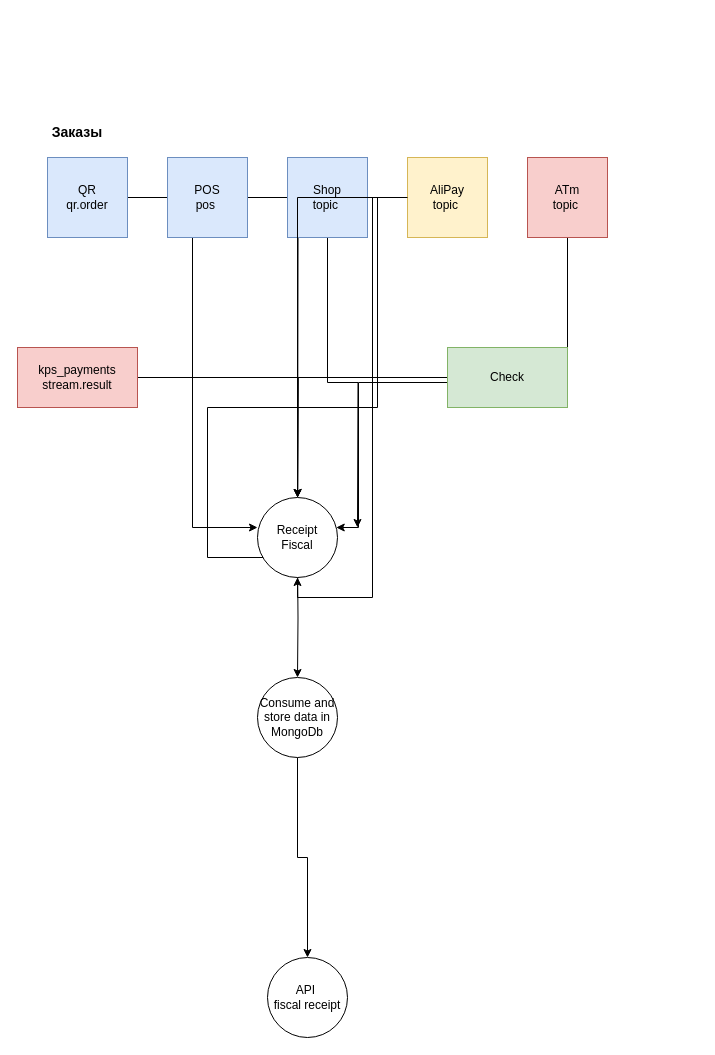
This is assets/kaspireceipt.drawio from BakdauletBolat/zhazba, a draw.io file, before an edit. Source tidied: cells renumbered, new cells numbered last; positions are measured from the earlier drawing's top-left corner, leaving out a move shared by most shapes. Both pictures are drawn from the tidied source at 100%, with x=0, y=0 at pixel (17, 117).
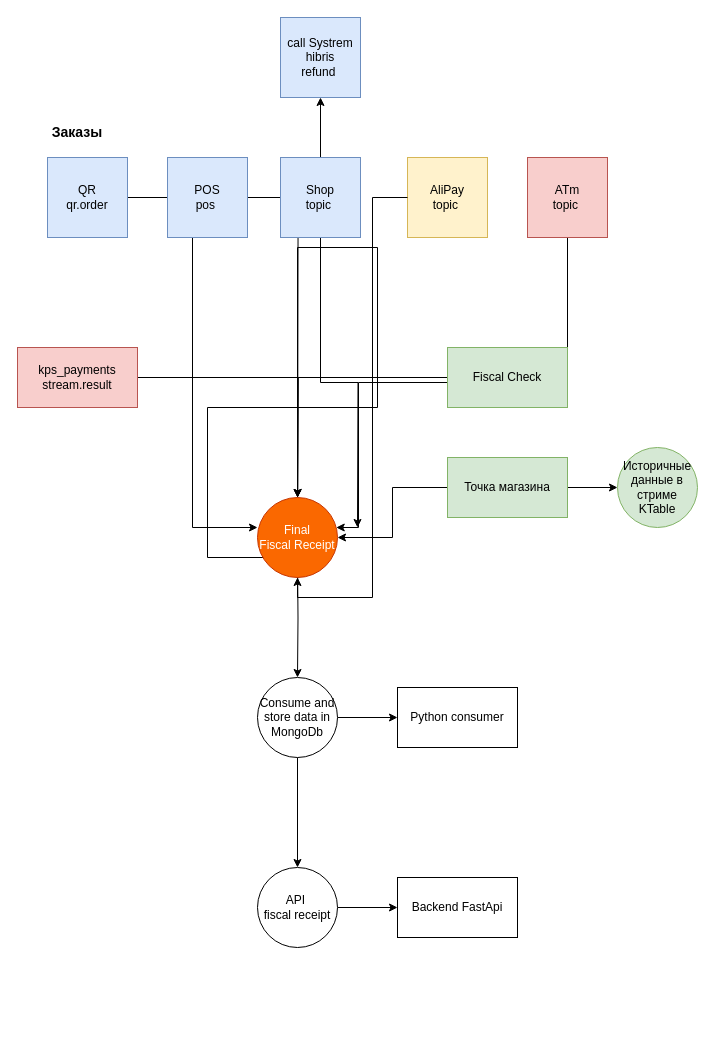
The same diagram, later.

Unchanged cells that the change refers to:
```xml
<mxCell id="22" value="Consume and store data in MongoDb" style="ellipse;whiteSpace=wrap;html=1;" parent="1" vertex="1">
  <mxGeometry x="240" y="560" width="80" height="80" as="geometry" />
</mxCell>
```

What changed in the source:
```diff
@@
+    <mxCell id="26" style="edgeStyle=orthogonalEdgeStyle;rounded=0;jettySize=auto;html=1;" parent="1" edge="1" source="9" target="35">
+      <mxGeometry relative="1" as="geometry" />
+    </mxCell>
     <mxCell id="9" style="rounded=0;whiteSpace=wrap;html=1;fillColor=#dae8fc;strokeColor=#6c8ebf;" parent="1" vertex="1">
-      <mxGeometry x="270" y="40" width="80" height="80" as="geometry" />
+      <mxGeometry x="263" y="40" width="80" height="80" as="geometry" />
     </mxCell>
     <mxCell id="10" value="&lt;div&gt;Shop&lt;/div&gt;&lt;div&gt;topic&amp;nbsp;&lt;/div&gt;" style="text;html=1;align=center;verticalAlign=middle;whiteSpace=wrap;rounded=0;" parent="1" vertex="1">
-      <mxGeometry x="280" y="65" width="60" height="30" as="geometry" />
+      <mxGeometry x="273" y="65" width="60" height="30" as="geometry" />
     </mxCell>
     <mxCell id="11" style="edgeStyle=orthogonalEdgeStyle;rounded=0;jettySize=auto;html=1;entryX=0.5;entryY=1;entryDx=0;entryDy=0;" parent="1" edge="1" source="25">
       <mxGeometry relative="1" as="geometry">
         <mxPoint x="280" y="440" as="targetPoint" />
         <Array as="points">
-          <mxPoint x="360" y="80" />
+          <mxPoint x="280" y="130" />
+          <mxPoint x="360" y="130" />
           <mxPoint x="360" y="290" />
           <mxPoint x="190" y="290" />
+          <mxPoint x="190" y="440" />
         </Array>
       </mxGeometry>
     </mxCell>
@@
-    <mxCell id="20" value="Check" style="rounded=0;whiteSpace=wrap;html=1;fillColor=#d5e8d4;strokeColor=#82b366;" parent="1" vertex="1">
+    <mxCell id="20" value="Fiscal Check" style="rounded=0;whiteSpace=wrap;html=1;fillColor=#d5e8d4;strokeColor=#82b366;" parent="1" vertex="1">
       <mxGeometry x="430" y="230" width="120" height="60" as="geometry" />
     </mxCell>
@@
+    <mxCell id="27" style="edgeStyle=orthogonalEdgeStyle;rounded=0;jettySize=auto;html=1;" parent="1" edge="1" source="22" target="34">
+      <mxGeometry relative="1" as="geometry" />
+    </mxCell>
@@
+    <mxCell id="28" style="edgeStyle=orthogonalEdgeStyle;rounded=0;jettySize=auto;html=1;" parent="1" edge="1" source="23" target="33">
+      <mxGeometry relative="1" as="geometry" />
+    </mxCell>
     <mxCell id="23" value="API&amp;nbsp;&lt;div&gt;fiscal receipt&lt;/div&gt;" style="ellipse;whiteSpace=wrap;html=1;" parent="1" vertex="1">
-      <mxGeometry x="250" y="840" width="80" height="80" as="geometry" />
+      <mxGeometry x="240" y="750" width="80" height="80" as="geometry" />
     </mxCell>
@@
-    <mxCell id="25" value="Receipt&lt;div&gt;Fiscal&lt;/div&gt;" style="ellipse;whiteSpace=wrap;html=1;" parent="1" vertex="1">
+    <mxCell id="25" value="Final&lt;div&gt;Fiscal Receipt&lt;/div&gt;" style="ellipse;whiteSpace=wrap;html=1;fillColor=#fa6800;fontColor=#FFFFFF;strokeColor=#C73500;" parent="1" vertex="1">
       <mxGeometry x="240" y="380" width="80" height="80" as="geometry" />
     </mxCell>
+    <mxCell id="29" style="edgeStyle=orthogonalEdgeStyle;rounded=0;jettySize=auto;html=1;entryX=1;entryY=0.5;entryDx=0;entryDy=0;" parent="1" edge="1" source="31" target="25">
+      <mxGeometry relative="1" as="geometry" />
+    </mxCell>
+    <mxCell id="30" style="edgeStyle=orthogonalEdgeStyle;rounded=0;jettySize=auto;html=1;" parent="1" edge="1" source="31" target="32">
+      <mxGeometry relative="1" as="geometry" />
+    </mxCell>
+    <mxCell id="31" value="Точка магазина" style="rounded=0;whiteSpace=wrap;html=1;fillColor=#d5e8d4;strokeColor=#82b366;" parent="1" vertex="1">
+      <mxGeometry x="430" y="340" width="120" height="60" as="geometry" />
+    </mxCell>
+    <mxCell id="32" value="Историчные данные в стриме KTable" style="ellipse;whiteSpace=wrap;html=1;fillColor=#d5e8d4;strokeColor=#82b366;rounded=0;" parent="1" vertex="1">
+      <mxGeometry x="600" y="330" width="80" height="80" as="geometry" />
+    </mxCell>
+    <mxCell id="33" value="Backend FastApi" style="whiteSpace=wrap;html=1;" parent="1" vertex="1">
+      <mxGeometry x="380" y="760" width="120" height="60" as="geometry" />
+    </mxCell>
+    <mxCell id="34" value="Python consumer" style="whiteSpace=wrap;html=1;" parent="1" vertex="1">
+      <mxGeometry x="380" y="570" width="120" height="60" as="geometry" />
+    </mxCell>
+    <mxCell id="35" value="call Systrem hibris&lt;div&gt;refund&amp;nbsp;&lt;/div&gt;" style="rounded=0;whiteSpace=wrap;html=1;fillColor=#dae8fc;strokeColor=#6c8ebf;" parent="1" vertex="1">
+      <mxGeometry x="263" y="-100" width="80" height="80" as="geometry" />
+    </mxCell>
```
